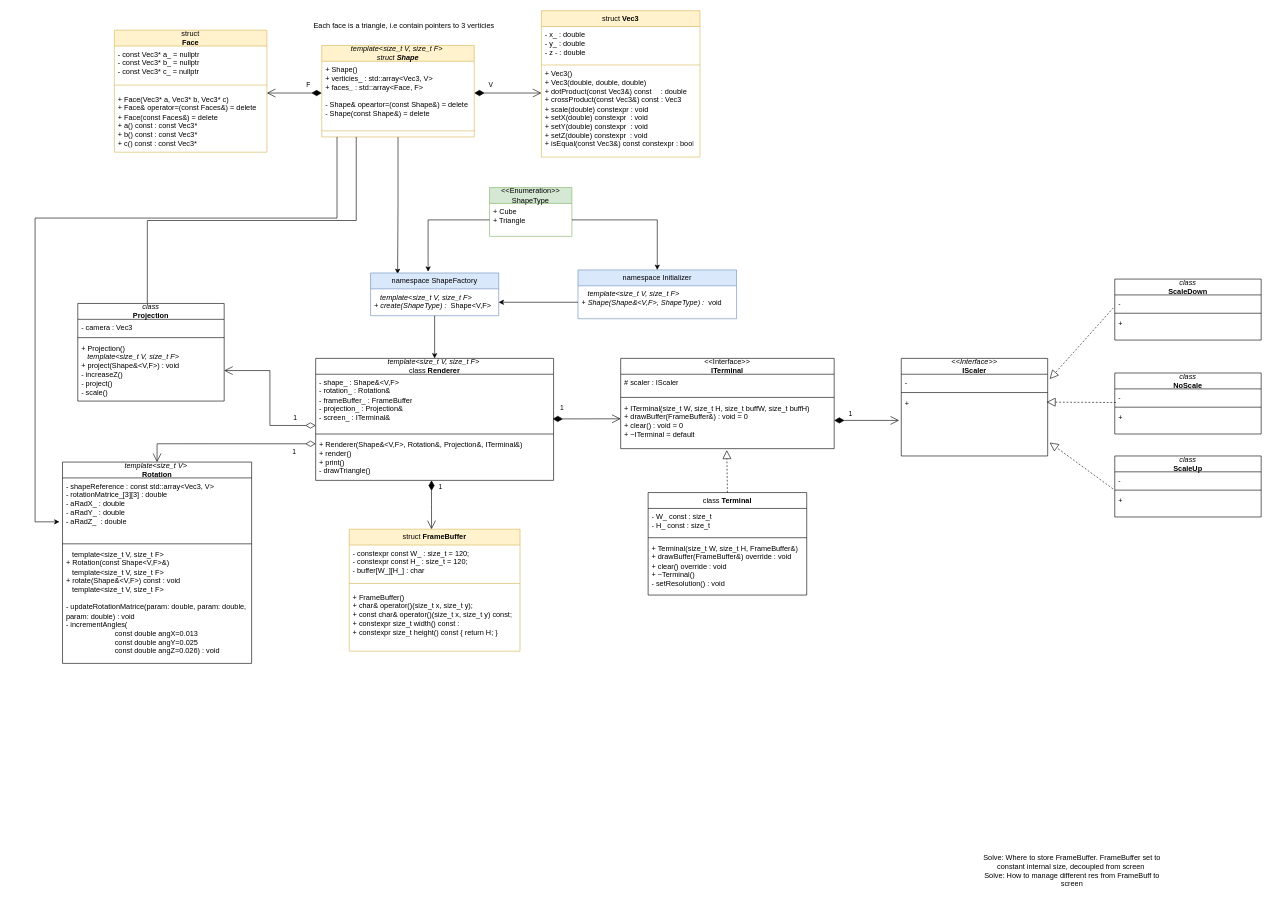
This is Architecture.drawio from AntonG97/ASCII_cube, a draw.io file, before an edit. Source tidied: cells renumbered, new cells numbered last; positions are measured from the earlier drawing's top-left corner, leaving out a move shared by most shapes. Both pictures are drawn from the tidied source at 61%, with x=0, y=0 at pixel (35, 10).
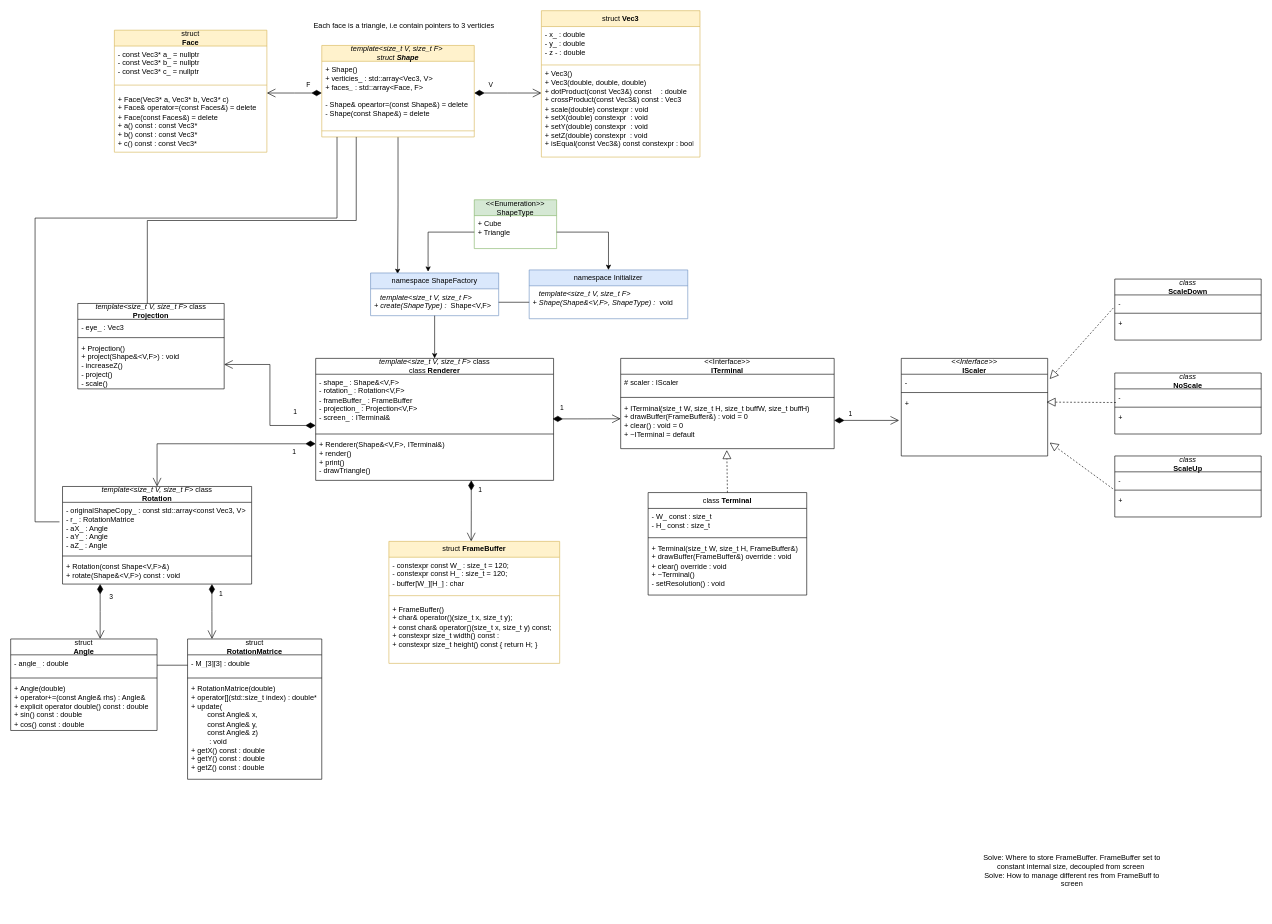
Above is the later version.

Unchanged cells that the change refers to:
```xml
<mxCell id="24" style="group;" parent="1" vertex="1">
  <mxGeometry x="550" y="290" width="600" height="215" as="geometry" />
</mxCell>
<mxCell id="26" value="&lt;div&gt;&lt;i&gt;&amp;nbsp; &amp;nbsp;template&amp;lt;size_t V, size_t F&amp;gt;&amp;nbsp;&lt;/i&gt;&lt;/div&gt;&lt;div&gt;&lt;i&gt;+ create(ShapeType) :&amp;nbsp;&lt;/i&gt; Shape&amp;lt;V,F&amp;gt;&lt;/div&gt;" style="text;strokeColor=none;fillColor=none;align=left;verticalAlign=top;spacingLeft=4;spacingRight=4;overflow=hidden;points=[[0,0.5],[1,0.5]];portConstraint=eastwest;whiteSpace=wrap;html=1;" parent="25" vertex="1">
  <mxGeometry y="26" width="210" height="44" as="geometry" />
</mxCell>
<mxCell id="28" value="&lt;div&gt;&lt;i&gt;&amp;nbsp; &amp;nbsp;template&amp;lt;size_t V, size_t F&amp;gt;&amp;nbsp;&lt;/i&gt;&lt;/div&gt;&lt;div&gt;&lt;i&gt;+ Shape(Shape&amp;amp;&amp;lt;V,F&amp;gt;, ShapeType)&amp;nbsp;:&amp;nbsp; &lt;/i&gt;void&lt;/div&gt;&lt;div&gt;&lt;br&gt;&lt;/div&gt;&lt;div&gt;&lt;br&gt;&lt;/div&gt;" style="text;strokeColor=none;fillColor=none;align=left;verticalAlign=top;spacingLeft=4;spacingRight=4;overflow=hidden;points=[[0,0.5],[1,0.5]];portConstraint=eastwest;whiteSpace=wrap;html=1;" parent="27" vertex="1">
  <mxGeometry y="26" width="260" height="54" as="geometry" />
</mxCell>
<mxCell id="34" style="group;" parent="1" vertex="1">
  <mxGeometry x="130" y="8" width="960" height="240" as="geometry" />
</mxCell>
```

Change to the diagram source:
```diff
@@
-    <mxCell id="2" value="&lt;div&gt;&lt;i&gt;template&amp;lt;size_t V, size_t F&amp;gt;&amp;nbsp;&lt;/i&gt;&lt;/div&gt;&lt;div&gt;class&amp;nbsp;&lt;b&gt;Renderer&lt;/b&gt;&lt;/div&gt;" style="swimlane;fontStyle=0;horizontal=1;startSize=26;fillColor=none;whiteSpace=wrap;html=1;" parent="1" vertex="1">
+    <mxCell id="2" value="&lt;div&gt;&lt;i&gt;template&amp;lt;size_t V, size_t F&amp;gt;&amp;nbsp;&lt;/i&gt;class&lt;/div&gt;&lt;div&gt;class&amp;nbsp;&lt;b&gt;Renderer&lt;/b&gt;&lt;/div&gt;" style="swimlane;fontStyle=0;horizontal=1;startSize=26;fillColor=none;whiteSpace=wrap;html=1;" parent="1" vertex="1">
       <mxGeometry x="460" y="570" width="390" height="200" as="geometry" />
     </mxCell>
-    <mxCell id="3" value="&lt;div&gt;- shape_ : Shape&amp;amp;&amp;lt;V,F&amp;gt;&lt;/div&gt;&lt;div&gt;- rotation_ : Rotation&amp;amp;&lt;/div&gt;&lt;div&gt;- frameBuffer_ : FrameBuffer&lt;/div&gt;&lt;div&gt;- projection_ :&amp;nbsp;Projection&amp;amp;&lt;/div&gt;&lt;div&gt;- screen_ : ITerminal&amp;amp;&lt;/div&gt;" style="text;strokeColor=none;fillColor=none;align=left;verticalAlign=top;spacingLeft=4;spacingRight=4;overflow=hidden;points=[[0,0.5],[1,0.5]];portConstraint=eastwest;whiteSpace=wrap;html=1;" parent="2" vertex="1">
+    <mxCell id="3" value="&lt;div&gt;- shape_ : Shape&amp;amp;&amp;lt;V,F&amp;gt;&lt;/div&gt;&lt;div&gt;- rotation_ : Rotation&amp;lt;V,F&amp;gt;&lt;/div&gt;&lt;div&gt;- frameBuffer_ : FrameBuffer&lt;/div&gt;&lt;div&gt;- projection_ :&amp;nbsp;Projection&amp;lt;V,F&amp;gt;&lt;/div&gt;&lt;div&gt;- screen_ : ITerminal&amp;amp;&lt;/div&gt;" style="text;strokeColor=none;fillColor=none;align=left;verticalAlign=top;spacingLeft=4;spacingRight=4;overflow=hidden;points=[[0,0.5],[1,0.5]];portConstraint=eastwest;whiteSpace=wrap;html=1;" parent="2" vertex="1">
       <mxGeometry y="26" width="390" height="94" as="geometry" />
     </mxCell>
@@
-    <mxCell id="5" value="&lt;div&gt;+ Renderer(Shape&amp;amp;&amp;lt;V,F&amp;gt;,&amp;nbsp;Rotation&amp;amp;, Projection&amp;amp;,&amp;nbsp;ITerminal&amp;amp;)&amp;nbsp;&lt;/div&gt;&lt;div&gt;+ render()&lt;/div&gt;&lt;div&gt;+ print()&lt;/div&gt;- drawTriangle()" style="text;strokeColor=none;fillColor=none;align=left;verticalAlign=top;spacingLeft=4;spacingRight=4;overflow=hidden;points=[[0,0.5],[1,0.5]];portConstraint=eastwest;whiteSpace=wrap;html=1;" parent="2" vertex="1">
+    <mxCell id="5" value="&lt;div&gt;+ Renderer(Shape&amp;amp;&amp;lt;V,F&amp;gt;, ITerminal&amp;amp;)&amp;nbsp;&lt;/div&gt;&lt;div&gt;+ render()&lt;/div&gt;&lt;div&gt;+ print()&lt;/div&gt;- drawTriangle()" style="text;strokeColor=none;fillColor=none;align=left;verticalAlign=top;spacingLeft=4;spacingRight=4;overflow=hidden;points=[[0,0.5],[1,0.5]];portConstraint=eastwest;whiteSpace=wrap;html=1;" parent="2" vertex="1">
       <mxGeometry y="128" width="390" height="72" as="geometry" />
     </mxCell>
@@
-    <mxCell id="10" value="&lt;div&gt;&lt;i&gt;template&amp;lt;size_t V&amp;gt;&amp;nbsp;&lt;/i&gt;&lt;/div&gt;&lt;div&gt;&lt;b&gt;Rotation&lt;/b&gt;&lt;/div&gt;" style="swimlane;fontStyle=0;horizontal=1;startSize=26;fillColor=none;whiteSpace=wrap;html=1;" parent="1" vertex="1">
-      <mxGeometry x="45" y="740" width="310" height="330" as="geometry" />
+    <mxCell id="10" value="&lt;div&gt;&lt;i&gt;template&amp;lt;size_t V, size_t F&amp;gt;&amp;nbsp;&lt;/i&gt;class&lt;/div&gt;&lt;div&gt;&lt;b&gt;Rotation&lt;/b&gt;&lt;/div&gt;" style="swimlane;fontStyle=0;horizontal=1;startSize=26;fillColor=none;whiteSpace=wrap;html=1;" parent="1" vertex="1">
+      <mxGeometry x="45" y="780" width="310" height="160" as="geometry" />
     </mxCell>
-    <mxCell id="11" value="&lt;div&gt;- shapeReference : const std::array&amp;lt;Vec3, V&amp;gt;&lt;/div&gt;&lt;div&gt;- rotationMatrice_[3][3] : double&amp;nbsp;&lt;/div&gt;&lt;div&gt;- aRadX_ : double&lt;/div&gt;&lt;div&gt;- aRadY_ : double&lt;/div&gt;&lt;div&gt;- aRadZ_&amp;nbsp; : double&lt;/div&gt;&lt;div&gt;&lt;br&gt;&lt;/div&gt;" style="text;strokeColor=none;fillColor=none;align=left;verticalAlign=top;spacingLeft=4;spacingRight=4;overflow=hidden;whiteSpace=wrap;html=1;" parent="10" vertex="1">
-      <mxGeometry y="26" width="310" height="104" as="geometry" />
+    <mxCell id="11" value="&lt;div&gt;- originalShapeCopy_ : const std::array&amp;lt;const Vec3, V&amp;gt;&lt;/div&gt;&lt;div&gt;- r_ : RotationMatrice&lt;/div&gt;&lt;div&gt;- aX_ : Angle&lt;/div&gt;&lt;div&gt;- aY_ : Angle&lt;/div&gt;&lt;div&gt;- aZ_ : Angle&lt;/div&gt;&lt;div&gt;&lt;br&gt;&lt;/div&gt;" style="text;strokeColor=none;fillColor=none;align=left;verticalAlign=top;spacingLeft=4;spacingRight=4;overflow=hidden;whiteSpace=wrap;html=1;" parent="10" vertex="1">
+      <mxGeometry y="26" width="310" height="84" as="geometry" />
     </mxCell>
     <mxCell id="12" style="line;strokeWidth=1;fillColor=none;align=left;verticalAlign=middle;spacingTop=-1;spacingLeft=3;spacingRight=3;labelPosition=right;strokeColor=inherit;" parent="10" vertex="1">
-      <mxGeometry y="130" width="310" height="8" as="geometry" />
+      <mxGeometry y="110" width="310" height="8" as="geometry" />
     </mxCell>
-    <mxCell id="13" value="&lt;div&gt;&amp;nbsp; &amp;nbsp;template&amp;lt;size_t V, size_t F&amp;gt;&lt;/div&gt;&lt;div&gt;+ Rotation(const Shape&amp;lt;V,F&amp;gt;&amp;amp;)&lt;/div&gt;&lt;div&gt;&amp;nbsp; &amp;nbsp;template&amp;lt;size_t V, size_t F&amp;gt;&lt;/div&gt;&lt;div&gt;+ rotate(Shape&amp;amp;&amp;lt;V,F&amp;gt;) const : void&lt;/div&gt;&lt;div&gt;&amp;nbsp; &amp;nbsp;template&amp;lt;size_t V, size_t F&amp;gt;&lt;/div&gt;&lt;div&gt;&lt;br&gt;&lt;/div&gt;&lt;div&gt;- updateRotationMatrice(param: double, param: double, param: double) : void&lt;/div&gt;&lt;div&gt;- incrementAngles(&lt;div&gt;&lt;span style=&quot;white-space: pre;&quot;&gt;&#9;&lt;/span&gt;&lt;span style=&quot;white-space: pre;&quot;&gt;&#9;&lt;span style=&quot;white-space: pre;&quot;&gt;&#9;&lt;/span&gt;&lt;/span&gt;const double angX=0.013&lt;/div&gt;&lt;div&gt;&lt;span style=&quot;white-space: pre;&quot;&gt;&#9;&lt;/span&gt;&lt;span style=&quot;white-space: pre;&quot;&gt;&#9;&lt;span style=&quot;white-space: pre;&quot;&gt;&#9;&lt;/span&gt;&lt;/span&gt;const double angY=0.025&lt;/div&gt;&lt;div&gt;&lt;span style=&quot;white-space: pre;&quot;&gt;&#9;&lt;/span&gt;&lt;span style=&quot;white-space: pre;&quot;&gt;&#9;&lt;span style=&quot;white-space: pre;&quot;&gt;&#9;&lt;/span&gt;&lt;/span&gt;const double angZ=0.026) : void&lt;/div&gt;&lt;div&gt;&lt;br&gt;&lt;/div&gt;&lt;/div&gt;" style="text;strokeColor=none;fillColor=none;align=left;verticalAlign=top;spacingLeft=4;spacingRight=4;overflow=hidden;points=[[0,0.5],[1,0.5]];portConstraint=eastwest;whiteSpace=wrap;html=1;" parent="10" vertex="1">
-      <mxGeometry y="138" width="310" height="192" as="geometry" />
+    <mxCell id="13" value="&lt;div&gt;+ Rotation(const Shape&amp;lt;V,F&amp;gt;&amp;amp;)&lt;/div&gt;&lt;div&gt;+ rotate(Shape&amp;amp;&amp;lt;V,F&amp;gt;) const : void&lt;/div&gt;&lt;div&gt;&lt;br&gt;&lt;/div&gt;&lt;div&gt;&lt;div&gt;&lt;br&gt;&lt;/div&gt;&lt;/div&gt;" style="text;strokeColor=none;fillColor=none;align=left;verticalAlign=top;spacingLeft=4;spacingRight=4;overflow=hidden;points=[[0,0.5],[1,0.5]];portConstraint=eastwest;whiteSpace=wrap;html=1;" parent="10" vertex="1">
+      <mxGeometry y="118" width="310" height="42" as="geometry" />
     </mxCell>
@@
     <mxCell id="18" value="&lt;div&gt;struct&amp;nbsp;&lt;b&gt;FrameBuffer&lt;/b&gt;&lt;/div&gt;" style="swimlane;fontStyle=0;horizontal=1;startSize=26;fillColor=#fff2cc;whiteSpace=wrap;html=1;strokeColor=#d6b656;" parent="1" vertex="1">
-      <mxGeometry x="515" y="850" width="280" height="200" as="geometry" />
+      <mxGeometry x="580" y="870" width="280" height="200" as="geometry" />
     </mxCell>
@@
     <mxCell id="27" value="namespace Initializer" style="swimlane;fontStyle=0;horizontal=1;startSize=26;fillColor=#dae8fc;whiteSpace=wrap;html=1;strokeColor=#6c8ebf;" parent="24" vertex="1">
-      <mxGeometry x="340" y="135" width="260" height="80" as="geometry" />
+      <mxGeometry x="260" y="135" width="260" height="80" as="geometry" />
     </mxCell>
@@
     <mxCell id="29" value="&lt;div&gt;&amp;lt;&amp;lt;Enumeration&amp;gt;&amp;gt;&lt;/div&gt;&lt;div&gt;ShapeType&lt;/div&gt;" style="swimlane;fontStyle=0;horizontal=1;startSize=26;fillColor=#d5e8d4;whiteSpace=wrap;html=1;strokeColor=#82b366;" parent="24" vertex="1">
-      <mxGeometry x="195" width="135" height="80" as="geometry" />
+      <mxGeometry x="170" y="20" width="135" height="80" as="geometry" />
     </mxCell>
@@
-    <mxCell id="33" style="edgeStyle=orthogonalEdgeStyle;rounded=0;jettySize=auto;html=1;exitX=0;exitY=0.5;exitDx=0;exitDy=0;entryX=1;entryY=0.5;entryDx=0;entryDy=0;" parent="24" edge="1" source="28" target="26">
+    <mxCell id="33" style="edgeStyle=orthogonalEdgeStyle;rounded=0;jettySize=auto;html=1;exitX=0;exitY=0.5;exitDx=0;exitDy=0;entryX=1;entryY=0.5;entryDx=0;entryDy=0;endArrow=none;endFill=0;" parent="24" edge="1" source="28" target="26">
       <mxGeometry relative="1" as="geometry" />
     </mxCell>
@@
-    <mxCell id="49" style="edgeStyle=orthogonalEdgeStyle;rounded=0;orthogonalLoop=1;jettySize=auto;html=1;exitX=0;exitY=1;exitDx=0;exitDy=0;" parent="34" edge="1">
+    <mxCell id="49" style="edgeStyle=orthogonalEdgeStyle;rounded=0;orthogonalLoop=1;jettySize=auto;html=1;exitX=0;exitY=1;exitDx=0;exitDy=0;endArrow=none;endFill=0;" parent="34" edge="1">
       <mxGeometry relative="1" as="geometry">
         <mxPoint x="365" y="199" as="sourcePoint" />
         <mxPoint x="-90" y="830" as="targetPoint" />
         <Array as="points">
           <mxPoint x="365" y="332" />
           <mxPoint x="-130" y="332" />
           <mxPoint x="-130" y="830" />
         </Array>
       </mxGeometry>
     </mxCell>
-    <mxCell id="50" value="&lt;div&gt;&lt;i&gt;class&lt;/i&gt;&lt;/div&gt;&lt;div&gt;&lt;b&gt;Projection&lt;/b&gt;&lt;/div&gt;" style="swimlane;fontStyle=0;horizontal=1;startSize=26;fillColor=none;whiteSpace=wrap;html=1;" parent="1" vertex="1">
-      <mxGeometry x="70" y="480" width="240" height="160" as="geometry" />
+    <mxCell id="50" value="&lt;div&gt;&lt;i&gt;template&amp;lt;size_t V, size_t F&amp;gt;&amp;nbsp;&lt;/i&gt;class&lt;/div&gt;&lt;div&gt;&lt;b&gt;Projection&lt;/b&gt;&lt;/div&gt;" style="swimlane;fontStyle=0;horizontal=1;startSize=26;fillColor=none;whiteSpace=wrap;html=1;" parent="1" vertex="1">
+      <mxGeometry x="70" y="480" width="240" height="140" as="geometry" />
     </mxCell>
-    <mxCell id="51" value="- camera : Vec3" style="text;strokeColor=none;fillColor=none;align=left;verticalAlign=top;spacingLeft=4;spacingRight=4;overflow=hidden;whiteSpace=wrap;html=1;" parent="50" vertex="1">
+    <mxCell id="51" value="- eye_ : Vec3" style="text;strokeColor=none;fillColor=none;align=left;verticalAlign=top;spacingLeft=4;spacingRight=4;overflow=hidden;whiteSpace=wrap;html=1;" parent="50" vertex="1">
       <mxGeometry y="26" width="240" height="26" as="geometry" />
     </mxCell>
@@
-    <mxCell id="53" value="&lt;div&gt;+ Projection()&lt;/div&gt;&lt;div&gt;&lt;i&gt;&amp;nbsp; &amp;nbsp;template&amp;lt;size_t V, size_t F&amp;gt;&amp;nbsp;&lt;/i&gt;&lt;/div&gt;&lt;div&gt;+ project(Shape&amp;amp;&amp;lt;V,F&amp;gt;) : void&lt;/div&gt;&lt;div&gt;- increaseZ()&lt;/div&gt;&lt;div&gt;- project()&lt;/div&gt;&lt;div&gt;- scale()&lt;/div&gt;&lt;div&gt;&lt;br&gt;&lt;/div&gt;" style="text;strokeColor=none;fillColor=none;align=left;verticalAlign=top;spacingLeft=4;spacingRight=4;overflow=hidden;points=[[0,0.5],[1,0.5]];portConstraint=eastwest;whiteSpace=wrap;html=1;" parent="50" vertex="1">
-      <mxGeometry y="60" width="240" height="100" as="geometry" />
+    <mxCell id="53" value="&lt;div&gt;+ Projection()&lt;/div&gt;&lt;div&gt;+ project(Shape&amp;amp;&amp;lt;V,F&amp;gt;) : void&lt;/div&gt;&lt;div&gt;- increaseZ()&lt;/div&gt;&lt;div&gt;- project()&lt;/div&gt;&lt;div&gt;- scale()&lt;/div&gt;&lt;div&gt;&lt;br&gt;&lt;/div&gt;" style="text;strokeColor=none;fillColor=none;align=left;verticalAlign=top;spacingLeft=4;spacingRight=4;overflow=hidden;points=[[0,0.5],[1,0.5]];portConstraint=eastwest;whiteSpace=wrap;html=1;" parent="50" vertex="1">
+      <mxGeometry y="60" width="240" height="80" as="geometry" />
     </mxCell>
@@
-    <mxCell id="55" value="1" style="endArrow=open;html=1;endSize=12;startArrow=diamondThin;startSize=14;startFill=1;edgeStyle=orthogonalEdgeStyle;align=left;verticalAlign=bottom;rounded=0;exitX=0.487;exitY=1;exitDx=0;exitDy=0;exitPerimeter=0;entryX=0.482;entryY=0;entryDx=0;entryDy=0;entryPerimeter=0;" parent="1" edge="1" source="5" target="18">
+    <mxCell id="55" value="1" style="endArrow=open;html=1;endSize=12;startArrow=diamondThin;startSize=14;startFill=1;edgeStyle=orthogonalEdgeStyle;align=left;verticalAlign=bottom;rounded=0;exitX=0.654;exitY=1;exitDx=0;exitDy=0;exitPerimeter=0;entryX=0.482;entryY=0;entryDx=0;entryDy=0;entryPerimeter=0;" parent="1" edge="1" source="5" target="18">
       <mxGeometry x="-0.5" y="10" relative="1" as="geometry" />
     </mxCell>
-    <mxCell id="56" style="endArrow=open;html=1;endSize=12;startArrow=diamondThin;startSize=14;startFill=0;edgeStyle=orthogonalEdgeStyle;rounded=0;exitX=0;exitY=0.167;exitDx=0;exitDy=0;exitPerimeter=0;entryX=0.5;entryY=0;entryDx=0;entryDy=0;" parent="1" edge="1" source="5" target="10">
+    <mxCell id="56" style="endArrow=open;html=1;endSize=12;startArrow=diamondThin;startSize=14;startFill=1;edgeStyle=orthogonalEdgeStyle;rounded=0;exitX=0;exitY=0.167;exitDx=0;exitDy=0;exitPerimeter=0;entryX=0.5;entryY=0;entryDx=0;entryDy=0;" parent="1" edge="1" source="5" target="10">
       <mxGeometry relative="1" as="geometry" />
     </mxCell>
@@
-    <mxCell id="58" style="endArrow=open;html=1;endSize=12;startArrow=diamondThin;startSize=14;startFill=0;edgeStyle=orthogonalEdgeStyle;rounded=0;exitX=0;exitY=0.894;exitDx=0;exitDy=0;exitPerimeter=0;" parent="1" edge="1" source="3" target="53">
+    <mxCell id="58" style="endArrow=open;html=1;endSize=12;startArrow=diamondThin;startSize=14;startFill=1;edgeStyle=orthogonalEdgeStyle;rounded=0;exitX=0;exitY=0.894;exitDx=0;exitDy=0;exitPerimeter=0;" parent="1" edge="1" source="3" target="53">
       <mxGeometry relative="1" as="geometry" />
     </mxCell>
@@
+    <mxCell id="83" value="&lt;div&gt;struct&lt;/div&gt;&lt;div&gt;&lt;b&gt;Angle&lt;/b&gt;&lt;/div&gt;" style="swimlane;fontStyle=0;horizontal=1;startSize=26;fillColor=none;whiteSpace=wrap;html=1;" parent="1" vertex="1">
+      <mxGeometry x="-40" y="1030" width="240" height="150" as="geometry" />
+    </mxCell>
+    <mxCell id="84" value="&lt;div&gt;- angle_ : double&lt;/div&gt;" style="text;strokeColor=none;fillColor=none;align=left;verticalAlign=top;spacingLeft=4;spacingRight=4;overflow=hidden;points=[[0,0.5],[1,0.5]];portConstraint=eastwest;whiteSpace=wrap;html=1;" parent="83" vertex="1">
+      <mxGeometry y="26" width="240" height="34" as="geometry" />
+    </mxCell>
+    <mxCell id="85" style="line;strokeWidth=1;fillColor=none;align=left;verticalAlign=middle;spacingTop=-1;spacingLeft=3;spacingRight=3;labelPosition=right;strokeColor=inherit;" parent="83" vertex="1">
+      <mxGeometry y="60" width="240" height="8" as="geometry" />
+    </mxCell>
+    <mxCell id="86" value="&lt;div&gt;+ Angle(double)&lt;/div&gt;&lt;div&gt;+ operator+=(const Angle&amp;amp; rhs) : Angle&amp;amp;&lt;/div&gt;&lt;div&gt;+ explicit operator double() const : double&lt;/div&gt;&lt;div&gt;+ sin() const : double&lt;/div&gt;&lt;div&gt;+ cos() const : double&lt;/div&gt;&lt;div&gt;&lt;br&gt;&lt;/div&gt;" style="text;strokeColor=none;fillColor=none;align=left;verticalAlign=top;spacingLeft=4;spacingRight=4;overflow=hidden;whiteSpace=wrap;html=1;" parent="83" vertex="1">
+      <mxGeometry y="68" width="240" height="82" as="geometry" />
+    </mxCell>
+    <mxCell id="87" value="3" style="endArrow=open;html=1;endSize=12;startArrow=diamondThin;startSize=14;startFill=1;edgeStyle=orthogonalEdgeStyle;align=left;verticalAlign=bottom;rounded=0;entryX=0.611;entryY=-0.001;entryDx=0;entryDy=0;exitX=0.199;exitY=1;exitDx=0;exitDy=0;exitPerimeter=0;entryPerimeter=0;" parent="1" edge="1" source="13" target="83">
+      <mxGeometry x="-0.33" y="13" relative="1" as="geometry" />
+    </mxCell>
+    <mxCell id="88" value="&lt;div&gt;struct&lt;/div&gt;&lt;div&gt;&lt;b&gt;RotationMatrice&lt;/b&gt;&lt;/div&gt;" style="swimlane;fontStyle=0;horizontal=1;startSize=26;fillColor=none;whiteSpace=wrap;html=1;" parent="1" vertex="1">
+      <mxGeometry x="250" y="1030" width="220" height="230" as="geometry" />
+    </mxCell>
+    <mxCell id="89" value="- M_[3][3] : double" style="text;strokeColor=none;fillColor=none;align=left;verticalAlign=top;spacingLeft=4;spacingRight=4;overflow=hidden;points=[[0,0.5],[1,0.5]];portConstraint=eastwest;whiteSpace=wrap;html=1;" parent="88" vertex="1">
+      <mxGeometry y="26" width="220" height="34" as="geometry" />
+    </mxCell>
+    <mxCell id="90" style="line;strokeWidth=1;fillColor=none;align=left;verticalAlign=middle;spacingTop=-1;spacingLeft=3;spacingRight=3;labelPosition=right;strokeColor=inherit;" parent="88" vertex="1">
+      <mxGeometry y="60" width="220" height="8" as="geometry" />
+    </mxCell>
+    <mxCell id="91" value="&lt;div&gt;+ RotationMatrice(double)&lt;/div&gt;&lt;div&gt;+ operator[](std::size_t index) : double*&lt;/div&gt;&lt;div&gt;+ update(&lt;/div&gt;&lt;div&gt;&lt;span style=&quot;white-space: pre;&quot;&gt;&#9;&lt;/span&gt;const Angle&amp;amp; x,&amp;nbsp;&lt;/div&gt;&lt;div&gt;&lt;span style=&quot;white-space: pre;&quot;&gt;&#9;&lt;/span&gt;const Angle&amp;amp; y,&amp;nbsp;&lt;/div&gt;&lt;div&gt;&lt;span style=&quot;white-space: pre;&quot;&gt;&#9;&lt;/span&gt;const Angle&amp;amp; z)&lt;/div&gt;&lt;div&gt;&lt;span style=&quot;white-space: pre;&quot;&gt;&#9;&lt;/span&gt;&amp;nbsp;: void&lt;/div&gt;&lt;div&gt;+ getX() const : double&lt;/div&gt;&lt;div&gt;+ getY() const : double&lt;/div&gt;&lt;div&gt;+ getZ() const : double&lt;/div&gt;&lt;div&gt;&lt;br&gt;&lt;/div&gt;" style="text;strokeColor=none;fillColor=none;align=left;verticalAlign=top;spacingLeft=4;spacingRight=4;overflow=hidden;whiteSpace=wrap;html=1;" parent="88" vertex="1">
+      <mxGeometry y="68" width="220" height="162" as="geometry" />
+    </mxCell>
+    <mxCell id="92" value="1" style="endArrow=open;html=1;endSize=12;startArrow=diamondThin;startSize=14;startFill=1;edgeStyle=orthogonalEdgeStyle;align=left;verticalAlign=bottom;rounded=0;exitX=0.79;exitY=1;exitDx=0;exitDy=0;exitPerimeter=0;" parent="1" edge="1" source="13">
+      <mxGeometry x="-0.44" y="10" relative="1" as="geometry">
+        <mxPoint x="290" y="1030" as="targetPoint" />
+      </mxGeometry>
+    </mxCell>
+    <mxCell id="93" style="edgeStyle=orthogonalEdgeStyle;rounded=0;jettySize=auto;html=1;exitX=0;exitY=0.5;exitDx=0;exitDy=0;entryX=1;entryY=0.5;entryDx=0;entryDy=0;endArrow=none;endFill=0;" parent="1" edge="1" source="89" target="84">
+      <mxGeometry relative="1" as="geometry" />
+    </mxCell>
```
